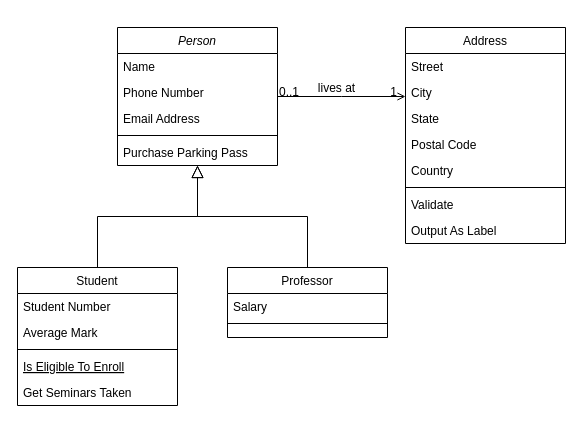
This is Zahlenbande Class Diagram.drawio from minWang916/Zahlenbande, a draw.io file, before an edit. Source tidied: cells renumbered, new cells numbered last; positions are measured from the earlier drawing's top-left corner, leaving out a move shared by most shapes. Both pictures are drawn from the tidied source at 100%, with x=0, y=0 at pixel (17, 27).
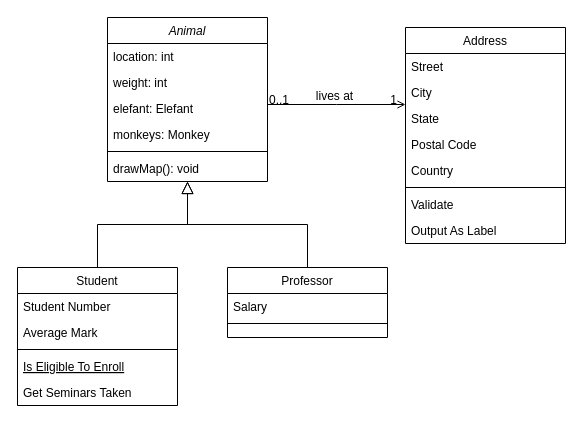
The same page after the edit.

What changed in the source:
```diff
@@
-    <mxCell id="2" value="Person" style="swimlane;fontStyle=2;align=center;verticalAlign=top;horizontal=1;startSize=26;rounded=0;shadow=0;strokeWidth=1;" parent="1" vertex="1">
-      <mxGeometry x="100" width="160" height="138" as="geometry" />
+    <mxCell id="2" value="Animal" style="swimlane;fontStyle=2;align=center;verticalAlign=top;horizontal=1;startSize=26;rounded=0;shadow=0;strokeWidth=1;" parent="1" vertex="1">
+      <mxGeometry x="90" y="-10" width="160" height="164" as="geometry" />
     </mxCell>
-    <mxCell id="3" value="Name" style="text;align=left;verticalAlign=top;spacingLeft=4;spacingRight=4;overflow=hidden;" parent="2" vertex="1">
+    <mxCell id="3" value="location: int" style="text;align=left;verticalAlign=top;spacingLeft=4;spacingRight=4;overflow=hidden;" parent="2" vertex="1">
       <mxGeometry y="26" width="160" height="26" as="geometry" />
     </mxCell>
-    <mxCell id="4" value="Phone Number" style="text;align=left;verticalAlign=top;spacingLeft=4;spacingRight=4;overflow=hidden;rounded=0;shadow=0;html=0;" parent="2" vertex="1">
+    <mxCell id="4" value="weight: int" style="text;align=left;verticalAlign=top;spacingLeft=4;spacingRight=4;overflow=hidden;rounded=0;shadow=0;html=0;" parent="2" vertex="1">
       <mxGeometry y="52" width="160" height="26" as="geometry" />
     </mxCell>
+    <mxCell id="32" value="elefant: Elefant" style="text;align=left;verticalAlign=top;spacingLeft=4;spacingRight=4;overflow=hidden;rounded=0;shadow=0;html=0;" parent="2" vertex="1">
+      <mxGeometry y="78" width="160" height="26" as="geometry" />
+    </mxCell>
-    <mxCell id="5" value="Email Address" style="text;align=left;verticalAlign=top;spacingLeft=4;spacingRight=4;overflow=hidden;rounded=0;shadow=0;html=0;" parent="2" vertex="1">
-      <mxGeometry y="78" width="160" height="26" as="geometry" />
+    <mxCell id="5" value="monkeys: Monkey" style="text;align=left;verticalAlign=top;spacingLeft=4;spacingRight=4;overflow=hidden;rounded=0;shadow=0;html=0;" parent="2" vertex="1">
+      <mxGeometry y="104" width="160" height="26" as="geometry" />
     </mxCell>
     <mxCell id="6" style="line;html=1;strokeWidth=1;align=left;verticalAlign=middle;spacingTop=-1;spacingLeft=3;spacingRight=3;labelPosition=right;" parent="2" vertex="1">
-      <mxGeometry y="104" width="160" height="8" as="geometry" />
+      <mxGeometry y="130" width="160" height="8" as="geometry" />
     </mxCell>
-    <mxCell id="7" value="Purchase Parking Pass" style="text;align=left;verticalAlign=top;spacingLeft=4;spacingRight=4;overflow=hidden;" parent="2" vertex="1">
-      <mxGeometry y="112" width="160" height="26" as="geometry" />
+    <mxCell id="7" value="drawMap(): void" style="text;align=left;verticalAlign=top;spacingLeft=4;spacingRight=4;overflow=hidden;" parent="2" vertex="1">
+      <mxGeometry y="138" width="160" height="26" as="geometry" />
     </mxCell>
```
